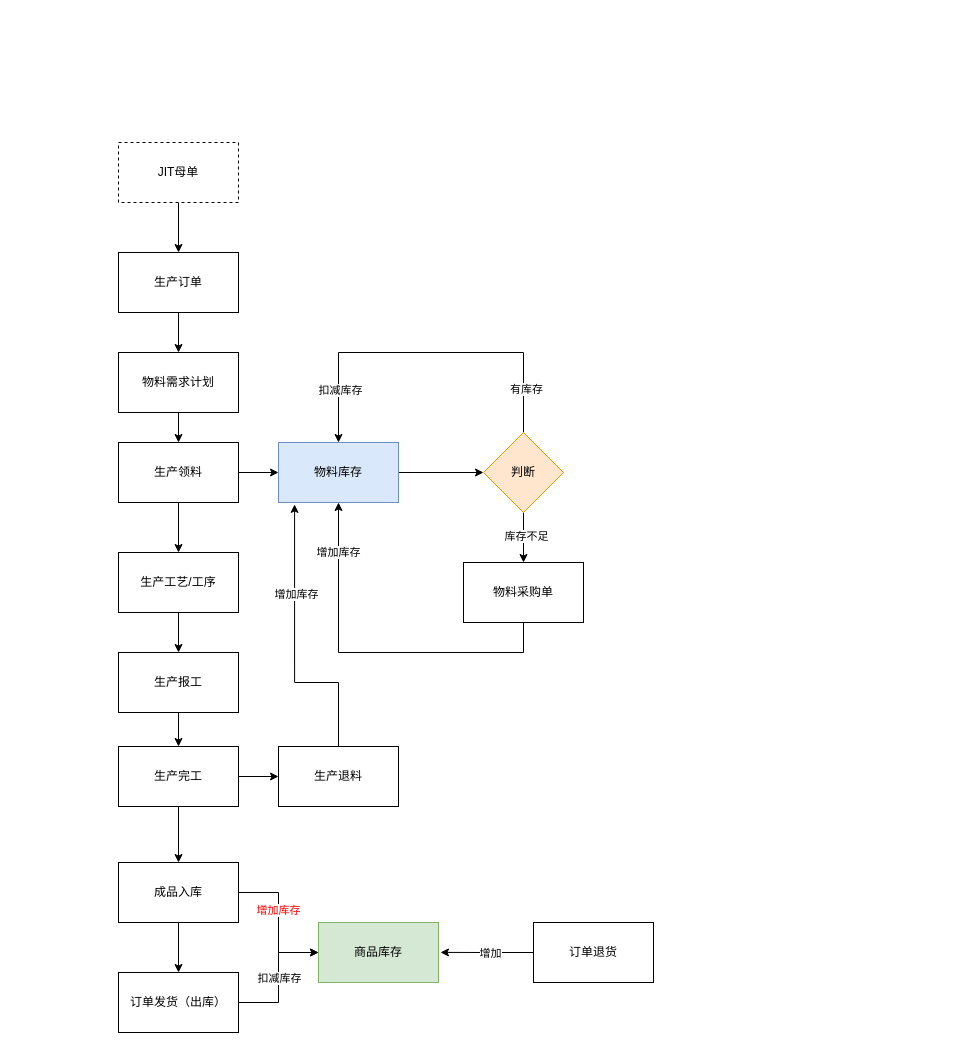
Above: 生产管理.drawio in pbm0802/GitIDEATest (draw.io), before the change. Source tidied: cells renumbered, new cells numbered last; positions are measured from the earlier drawing's top-left corner, leaving out a move shared by most shapes. Both pictures are drawn from the tidied source at 100%, with x=0, y=0 at pixel (118, 142).
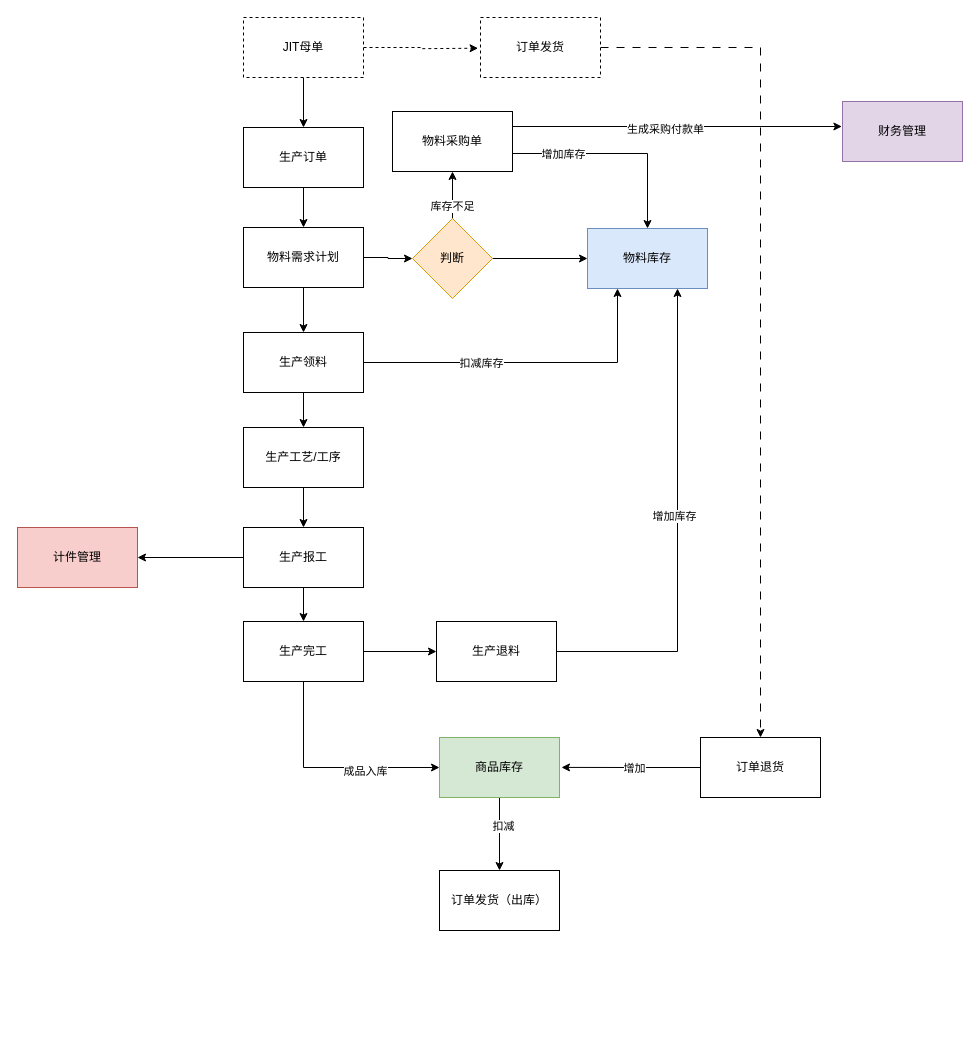
The same page after the edit.

Commit message:
更新生产管理.drawio

The edit, as a diff of the source:
```diff
@@
     <mxCell id="3" value="生产订单" style="rounded=0;whiteSpace=wrap;html=1;" parent="1" vertex="1">
-      <mxGeometry y="110" width="120" height="60" as="geometry" />
+      <mxGeometry x="125" y="-15" width="120" height="60" as="geometry" />
     </mxCell>
@@
+    <mxCell id="43" style="edgeStyle=orthogonalEdgeStyle;rounded=0;jettySize=auto;html=1;exitX=1;exitY=0.5;exitDx=0;exitDy=0;entryX=0;entryY=0.5;entryDx=0;entryDy=0;" parent="1" edge="1" source="5" target="21">
+      <mxGeometry relative="1" as="geometry" />
+    </mxCell>
     <mxCell id="5" value="物料需求计划" style="rounded=0;whiteSpace=wrap;html=1;" parent="1" vertex="1">
-      <mxGeometry y="210" width="120" height="60" as="geometry" />
+      <mxGeometry x="125" y="85" width="120" height="60" as="geometry" />
     </mxCell>
@@
     <mxCell id="7" value="生产工艺/工序" style="rounded=0;whiteSpace=wrap;html=1;" parent="1" vertex="1">
-      <mxGeometry y="410" width="120" height="60" as="geometry" />
+      <mxGeometry x="125" y="285" width="120" height="60" as="geometry" />
     </mxCell>
@@
+    <mxCell id="44" style="edgeStyle=orthogonalEdgeStyle;rounded=0;jettySize=auto;html=1;exitX=0;exitY=0.5;exitDx=0;exitDy=0;entryX=1;entryY=0.5;entryDx=0;entryDy=0;" parent="1" edge="1" source="9" target="57">
+      <mxGeometry relative="1" as="geometry" />
+    </mxCell>
     <mxCell id="9" value="生产报工" style="rounded=0;whiteSpace=wrap;html=1;" parent="1" vertex="1">
-      <mxGeometry y="510" width="120" height="60" as="geometry" />
+      <mxGeometry x="125" y="385" width="120" height="60" as="geometry" />
     </mxCell>
-    <mxCell id="10" style="edgeStyle=orthogonalEdgeStyle;rounded=0;jettySize=auto;html=1;exitX=0.5;exitY=1;exitDx=0;exitDy=0;" parent="1" edge="1" source="12" target="30">
-      <mxGeometry relative="1" as="geometry" />
-    </mxCell>
@@
+    <mxCell id="45" style="edgeStyle=orthogonalEdgeStyle;rounded=0;jettySize=auto;html=1;exitX=0.5;exitY=1;exitDx=0;exitDy=0;entryX=0;entryY=0.5;entryDx=0;entryDy=0;" parent="1" edge="1" source="12" target="31">
+      <mxGeometry relative="1" as="geometry" />
+    </mxCell>
+    <mxCell id="30" value="成品入库" style="edgeLabel;html=1;align=center;verticalAlign=middle;points=[];" parent="45" vertex="1">
+      <mxGeometry x="0.32" y="-3" relative="1" as="geometry" />
+    </mxCell>
     <mxCell id="12" value="生产完工" style="rounded=0;whiteSpace=wrap;html=1;" parent="1" vertex="1">
-      <mxGeometry y="604" width="120" height="60" as="geometry" />
+      <mxGeometry x="125" y="479" width="120" height="60" as="geometry" />
     </mxCell>
@@
-    <mxCell id="14" style="edgeStyle=orthogonalEdgeStyle;rounded=0;jettySize=auto;html=1;exitX=1;exitY=0.5;exitDx=0;exitDy=0;entryX=0;entryY=0.5;entryDx=0;entryDy=0;" parent="1" edge="1" source="15" target="23">
+    <mxCell id="14" style="edgeStyle=orthogonalEdgeStyle;rounded=0;jettySize=auto;html=1;exitX=1;exitY=0.5;exitDx=0;exitDy=0;entryX=0;entryY=0.5;entryDx=0;entryDy=0;" parent="1" edge="1" source="21" target="23">
       <mxGeometry relative="1" as="geometry" />
     </mxCell>
+    <mxCell id="46" style="edgeStyle=orthogonalEdgeStyle;rounded=0;jettySize=auto;html=1;exitX=1;exitY=0.5;exitDx=0;exitDy=0;entryX=0.25;entryY=1;entryDx=0;entryDy=0;" parent="1" edge="1" source="15" target="23">
+      <mxGeometry relative="1" as="geometry" />
+    </mxCell>
+    <mxCell id="47" value="扣减库存" style="edgeLabel;html=1;align=center;verticalAlign=middle;" parent="46" vertex="1">
+      <mxGeometry x="-0.29" y="3" relative="1" as="geometry">
+        <mxPoint x="1" y="3" as="offset" />
+      </mxGeometry>
+    </mxCell>
     <mxCell id="15" value="生产领料" style="rounded=0;whiteSpace=wrap;html=1;" parent="1" vertex="1">
-      <mxGeometry y="300" width="120" height="60" as="geometry" />
+      <mxGeometry x="125" y="190" width="120" height="60" as="geometry" />
     </mxCell>
-    <mxCell id="16" style="edgeStyle=orthogonalEdgeStyle;rounded=0;jettySize=auto;html=1;exitX=0.5;exitY=1;exitDx=0;exitDy=0;entryX=0.5;entryY=0;entryDx=0;entryDy=0;" parent="1" edge="1" source="21" target="26">
-      <mxGeometry relative="1" as="geometry" />
-    </mxCell>
-    <mxCell id="17" value="库存不足" style="edgeLabel;html=1;align=center;verticalAlign=middle;" parent="16" vertex="1">
-      <mxGeometry x="-0.1" y="2" relative="1" as="geometry" />
-    </mxCell>
-    <mxCell id="18" style="edgeStyle=orthogonalEdgeStyle;rounded=0;jettySize=auto;html=1;exitX=0.5;exitY=0;exitDx=0;exitDy=0;entryX=0.5;entryY=0;entryDx=0;entryDy=0;" parent="1" edge="1" source="21" target="23">
-      <mxGeometry relative="1" as="geometry">
-        <Array as="points">
-          <mxPoint x="405" y="210" />
-          <mxPoint x="220" y="210" />
-        </Array>
-      </mxGeometry>
-    </mxCell>
-    <mxCell id="19" value="有库存" style="edgeLabel;html=1;align=center;verticalAlign=middle;" parent="18" vertex="1">
-      <mxGeometry x="-0.75" y="-2" relative="1" as="geometry" />
-    </mxCell>
-    <mxCell id="20" value="扣减库存" style="edgeLabel;html=1;align=center;verticalAlign=middle;" parent="18" vertex="1">
-      <mxGeometry x="0.7" y="1" relative="1" as="geometry" />
-    </mxCell>
-    <mxCell id="21" value="判断" style="rhombus;whiteSpace=wrap;html=1;fillColor=#ffe6cc;strokeColor=#d79b00;" parent="1" vertex="1">
-      <mxGeometry x="365" y="290" width="80" height="80" as="geometry" />
-    </mxCell>
-    <mxCell id="22" style="edgeStyle=orthogonalEdgeStyle;rounded=0;jettySize=auto;html=1;exitX=1;exitY=0.5;exitDx=0;exitDy=0;entryX=0;entryY=0.5;entryDx=0;entryDy=0;" parent="1" edge="1" source="23" target="21">
-      <mxGeometry relative="1" as="geometry" />
-    </mxCell>
     <mxCell id="23" value="物料库存" style="rounded=0;whiteSpace=wrap;html=1;fillColor=#dae8fc;strokeColor=#6c8ebf;" parent="1" vertex="1">
-      <mxGeometry x="160" y="300" width="120" height="60" as="geometry" />
+      <mxGeometry x="469" y="86" width="120" height="60" as="geometry" />
     </mxCell>
-    <mxCell id="24" style="edgeStyle=orthogonalEdgeStyle;rounded=0;jettySize=auto;html=1;exitX=0.5;exitY=1;exitDx=0;exitDy=0;entryX=0.5;entryY=1;entryDx=0;entryDy=0;" parent="1" edge="1" source="26" target="23">
-      <mxGeometry relative="1" as="geometry">
-        <Array as="points">
-          <mxPoint x="405" y="510" />
-          <mxPoint x="220" y="510" />
-        </Array>
-      </mxGeometry>
-    </mxCell>
-    <mxCell id="25" value="增加库存" style="edgeLabel;html=1;align=center;verticalAlign=middle;" parent="24" vertex="1">
-      <mxGeometry x="0.73" y="1" relative="1" as="geometry" />
-    </mxCell>
-    <mxCell id="26" value="物料采购单" style="rounded=0;whiteSpace=wrap;html=1;" parent="1" vertex="1">
-      <mxGeometry x="345" y="420" width="120" height="60" as="geometry" />
-    </mxCell>
-    <mxCell id="27" style="edgeStyle=orthogonalEdgeStyle;rounded=0;jettySize=auto;html=1;exitX=1;exitY=0.5;exitDx=0;exitDy=0;entryX=0;entryY=0.5;entryDx=0;entryDy=0;" parent="1" edge="1" source="30" target="31">
-      <mxGeometry relative="1" as="geometry" />
-    </mxCell>
-    <mxCell id="28" value="&lt;font color=&quot;#ff0000&quot;&gt;增加库存&lt;/font&gt;" style="edgeLabel;html=1;align=center;verticalAlign=middle;" parent="27" vertex="1">
-      <mxGeometry x="-0.19" y="-1" relative="1" as="geometry" />
-    </mxCell>
-    <mxCell id="29" style="edgeStyle=orthogonalEdgeStyle;rounded=0;jettySize=auto;html=1;exitX=0.5;exitY=1;exitDx=0;exitDy=0;entryX=0.5;entryY=0;entryDx=0;entryDy=0;" parent="1" edge="1" source="30" target="34">
-      <mxGeometry relative="1" as="geometry" />
-    </mxCell>
-    <mxCell id="30" value="成品入库" style="rounded=0;whiteSpace=wrap;html=1;" parent="1" vertex="1">
-      <mxGeometry y="720" width="120" height="60" as="geometry" />
-    </mxCell>
+    <mxCell id="48" style="edgeStyle=orthogonalEdgeStyle;rounded=0;jettySize=auto;html=1;exitX=0.5;exitY=1;exitDx=0;exitDy=0;" parent="1" edge="1" source="31" target="34">
+      <mxGeometry relative="1" as="geometry" />
+    </mxCell>
+    <mxCell id="49" value="扣减" style="edgeLabel;html=1;align=center;verticalAlign=middle;" parent="48" vertex="1">
+      <mxGeometry x="-0.22" y="3" relative="1" as="geometry" />
+    </mxCell>
     <mxCell id="31" value="商品库存" style="rounded=0;whiteSpace=wrap;html=1;fillColor=#d5e8d4;strokeColor=#82b366;" parent="1" vertex="1">
-      <mxGeometry x="200" y="780" width="120" height="60" as="geometry" />
+      <mxGeometry x="321" y="595" width="120" height="60" as="geometry" />
     </mxCell>
-    <mxCell id="32" style="edgeStyle=orthogonalEdgeStyle;rounded=0;jettySize=auto;html=1;exitX=1;exitY=0.5;exitDx=0;exitDy=0;entryX=0;entryY=0.5;entryDx=0;entryDy=0;" parent="1" edge="1" source="34" target="31">
-      <mxGeometry relative="1" as="geometry" />
-    </mxCell>
-    <mxCell id="33" value="扣减库存" style="edgeLabel;html=1;align=center;verticalAlign=middle;" parent="32" vertex="1">
-      <mxGeometry relative="1" as="geometry" />
-    </mxCell>
     <mxCell id="34" value="订单发货（出库）" style="rounded=0;whiteSpace=wrap;html=1;" parent="1" vertex="1">
-      <mxGeometry y="830" width="120" height="60" as="geometry" />
+      <mxGeometry x="321" y="728" width="120" height="60" as="geometry" />
     </mxCell>
+    <mxCell id="36" style="edgeStyle=orthogonalEdgeStyle;rounded=0;jettySize=auto;html=1;exitX=1;exitY=0.5;exitDx=0;exitDy=0;entryX=0.75;entryY=1;entryDx=0;entryDy=0;" parent="1" edge="1" source="35" target="23">
+      <mxGeometry relative="1" as="geometry" />
+    </mxCell>
+    <mxCell id="50" value="增加库存" style="edgeLabel;html=1;align=center;verticalAlign=middle;" parent="36" vertex="1">
+      <mxGeometry x="0.06" y="4" relative="1" as="geometry" />
+    </mxCell>
     <mxCell id="35" value="生产退料" style="rounded=0;whiteSpace=wrap;html=1;" parent="1" vertex="1">
-      <mxGeometry x="160" y="604" width="120" height="60" as="geometry" />
+      <mxGeometry x="318" y="479" width="120" height="60" as="geometry" />
     </mxCell>
-    <mxCell id="36" style="edgeStyle=orthogonalEdgeStyle;rounded=0;jettySize=auto;html=1;exitX=0.5;exitY=0;exitDx=0;exitDy=0;entryX=0.134;entryY=1.032;entryDx=0;entryDy=0;entryPerimeter=0;" parent="1" edge="1" source="35" target="23">
-      <mxGeometry relative="1" as="geometry">
-        <Array as="points">
-          <mxPoint x="220" y="540" />
-          <mxPoint x="176" y="540" />
-        </Array>
-      </mxGeometry>
-    </mxCell>
-    <mxCell id="37" value="增加库存" style="edgeLabel;html=1;align=center;verticalAlign=middle;" parent="36" vertex="1">
-      <mxGeometry x="0.37" y="-1" relative="1" as="geometry" />
-    </mxCell>
     <mxCell id="38" style="edgeStyle=orthogonalEdgeStyle;rounded=0;jettySize=auto;html=1;exitX=0;exitY=0.5;exitDx=0;exitDy=0;" parent="1" edge="1" source="40">
       <mxGeometry relative="1" as="geometry">
-        <mxPoint x="322" y="809.9" as="targetPoint" />
+        <mxPoint x="443" y="624.9" as="targetPoint" />
       </mxGeometry>
     </mxCell>
@@
     <mxCell id="40" value="订单退货" style="rounded=0;whiteSpace=wrap;html=1;" parent="1" vertex="1">
-      <mxGeometry x="415" y="780" width="120" height="60" as="geometry" />
+      <mxGeometry x="582" y="595" width="120" height="60" as="geometry" />
     </mxCell>
@@
+    <mxCell id="51" style="edgeStyle=orthogonalEdgeStyle;rounded=0;jettySize=auto;html=1;exitX=1;exitY=0.5;exitDx=0;exitDy=0;entryX=0.5;entryY=0;entryDx=0;entryDy=0;dashed=1;dashPattern=8 8;" parent="1" edge="1" source="53" target="40">
+      <mxGeometry relative="1" as="geometry" />
+    </mxCell>
+    <mxCell id="52" style="edgeStyle=orthogonalEdgeStyle;rounded=0;jettySize=auto;html=1;exitX=1;exitY=0.5;exitDx=0;exitDy=0;dashed=1;" parent="1" edge="1" source="42">
+      <mxGeometry relative="1" as="geometry">
+        <mxPoint x="359.6" y="-94.3" as="targetPoint" />
+      </mxGeometry>
+    </mxCell>
     <mxCell id="42" value="JIT母单" style="rounded=0;whiteSpace=wrap;html=1;dashed=1;" parent="1" vertex="1">
-      <mxGeometry width="120" height="60" as="geometry" />
+      <mxGeometry x="125" y="-125" width="120" height="60" as="geometry" />
     </mxCell>
+    <mxCell id="53" value="订单发货" style="rounded=0;whiteSpace=wrap;html=1;dashed=1;" parent="1" vertex="1">
+      <mxGeometry x="362" y="-125" width="120" height="60" as="geometry" />
+    </mxCell>
+    <mxCell id="16" style="edgeStyle=orthogonalEdgeStyle;rounded=0;jettySize=auto;html=1;exitX=0.5;exitY=0;exitDx=0;exitDy=0;entryX=0.5;entryY=1;entryDx=0;entryDy=0;" parent="1" edge="1" source="21" target="26">
+      <mxGeometry relative="1" as="geometry" />
+    </mxCell>
+    <mxCell id="17" value="库存不足" style="edgeLabel;html=1;align=center;verticalAlign=middle;" parent="16" vertex="1">
+      <mxGeometry x="-0.4" y="1" relative="1" as="geometry">
+        <mxPoint y="1" as="offset" />
+      </mxGeometry>
+    </mxCell>
+    <mxCell id="21" value="判断" style="rhombus;whiteSpace=wrap;html=1;fillColor=#ffe6cc;strokeColor=#d79b00;" parent="1" vertex="1">
+      <mxGeometry x="294" y="76" width="80" height="80" as="geometry" />
+    </mxCell>
+    <mxCell id="24" style="edgeStyle=orthogonalEdgeStyle;rounded=0;jettySize=auto;html=1;exitX=1;exitY=0.5;exitDx=0;exitDy=0;entryX=0.5;entryY=0;entryDx=0;entryDy=0;" parent="1" edge="1" source="26" target="23">
+      <mxGeometry relative="1" as="geometry">
+        <Array as="points">
+          <mxPoint x="394" y="11" />
+          <mxPoint x="529" y="11" />
+        </Array>
+      </mxGeometry>
+    </mxCell>
+    <mxCell id="54" value="增加库存" style="edgeLabel;html=1;align=center;verticalAlign=middle;" parent="24" vertex="1">
+      <mxGeometry x="-0.47" y="5" relative="1" as="geometry">
+        <mxPoint x="3" y="5" as="offset" />
+      </mxGeometry>
+    </mxCell>
+    <mxCell id="55" style="edgeStyle=orthogonalEdgeStyle;rounded=0;jettySize=auto;html=1;exitX=1;exitY=0.25;exitDx=0;exitDy=0;" parent="1" edge="1" source="26">
+      <mxGeometry relative="1" as="geometry">
+        <mxPoint x="723.4" y="-16" as="targetPoint" />
+      </mxGeometry>
+    </mxCell>
+    <mxCell id="56" value="生成采购付款单" style="edgeLabel;html=1;align=center;verticalAlign=middle;" parent="55" vertex="1">
+      <mxGeometry x="-0.08" y="-2" relative="1" as="geometry" />
+    </mxCell>
+    <mxCell id="26" value="物料采购单" style="rounded=0;whiteSpace=wrap;html=1;" parent="1" vertex="1">
+      <mxGeometry x="274" y="-31" width="120" height="60" as="geometry" />
+    </mxCell>
+    <mxCell id="57" value="计件管理" style="rounded=0;whiteSpace=wrap;html=1;fillColor=#f8cecc;strokeColor=#b85450;" parent="1" vertex="1">
+      <mxGeometry x="-101" y="385" width="120" height="60" as="geometry" />
+    </mxCell>
+    <mxCell id="58" value="财务管理" style="rounded=0;whiteSpace=wrap;html=1;fillColor=#e1d5e7;strokeColor=#9673a6;" parent="1" vertex="1">
+      <mxGeometry x="724" y="-41" width="120" height="60" as="geometry" />
+    </mxCell>
```
